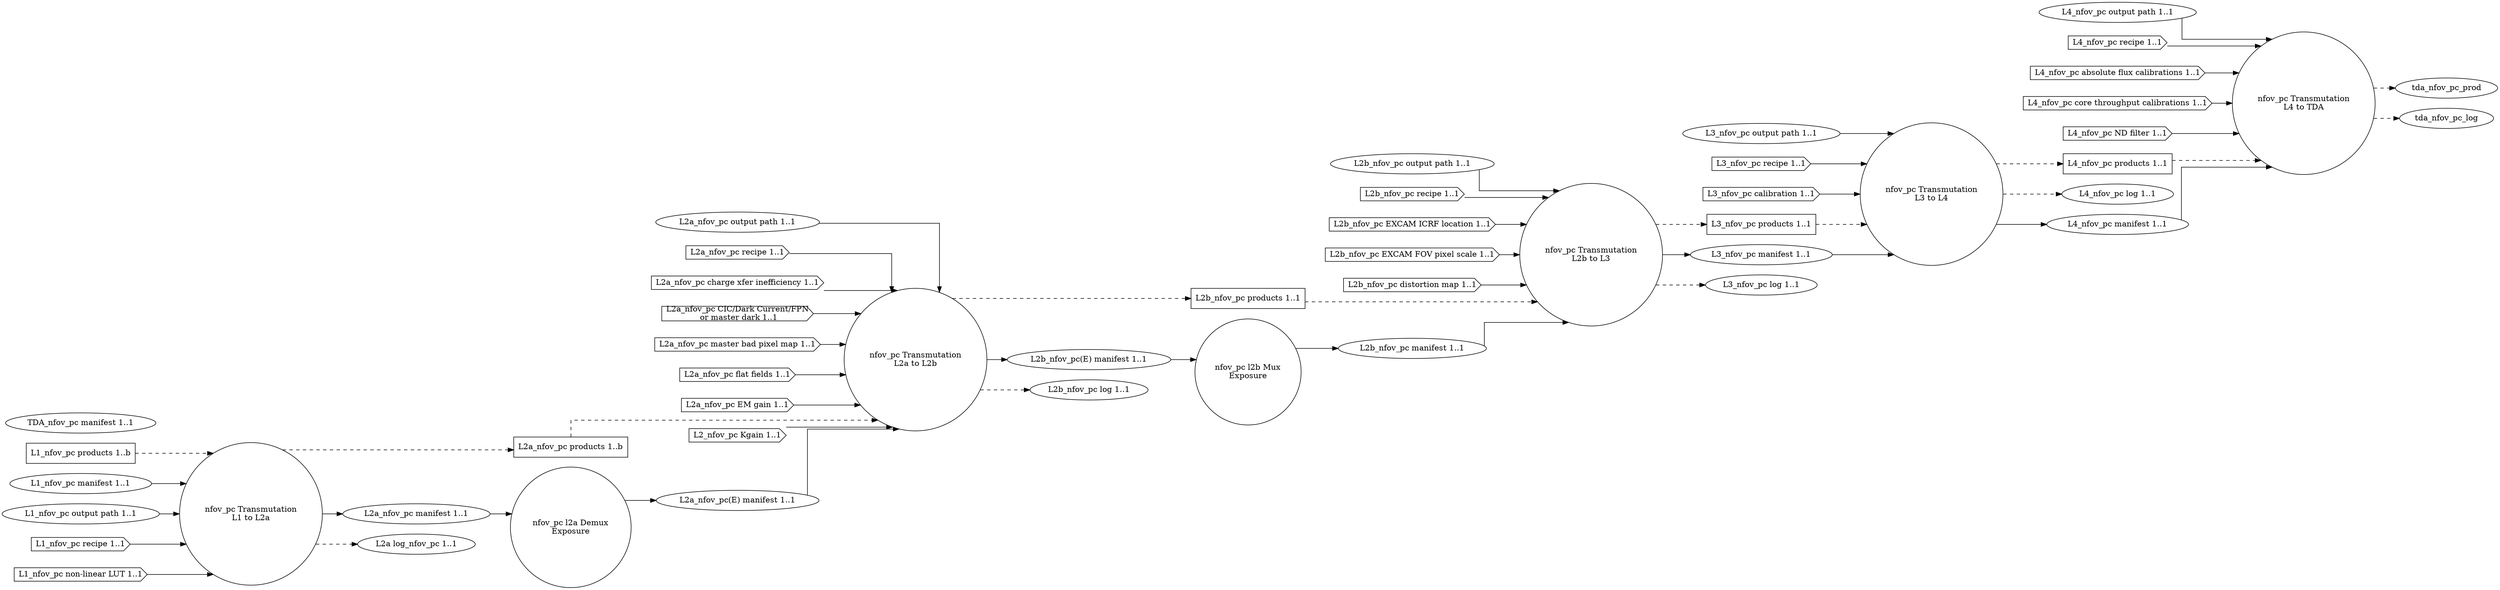
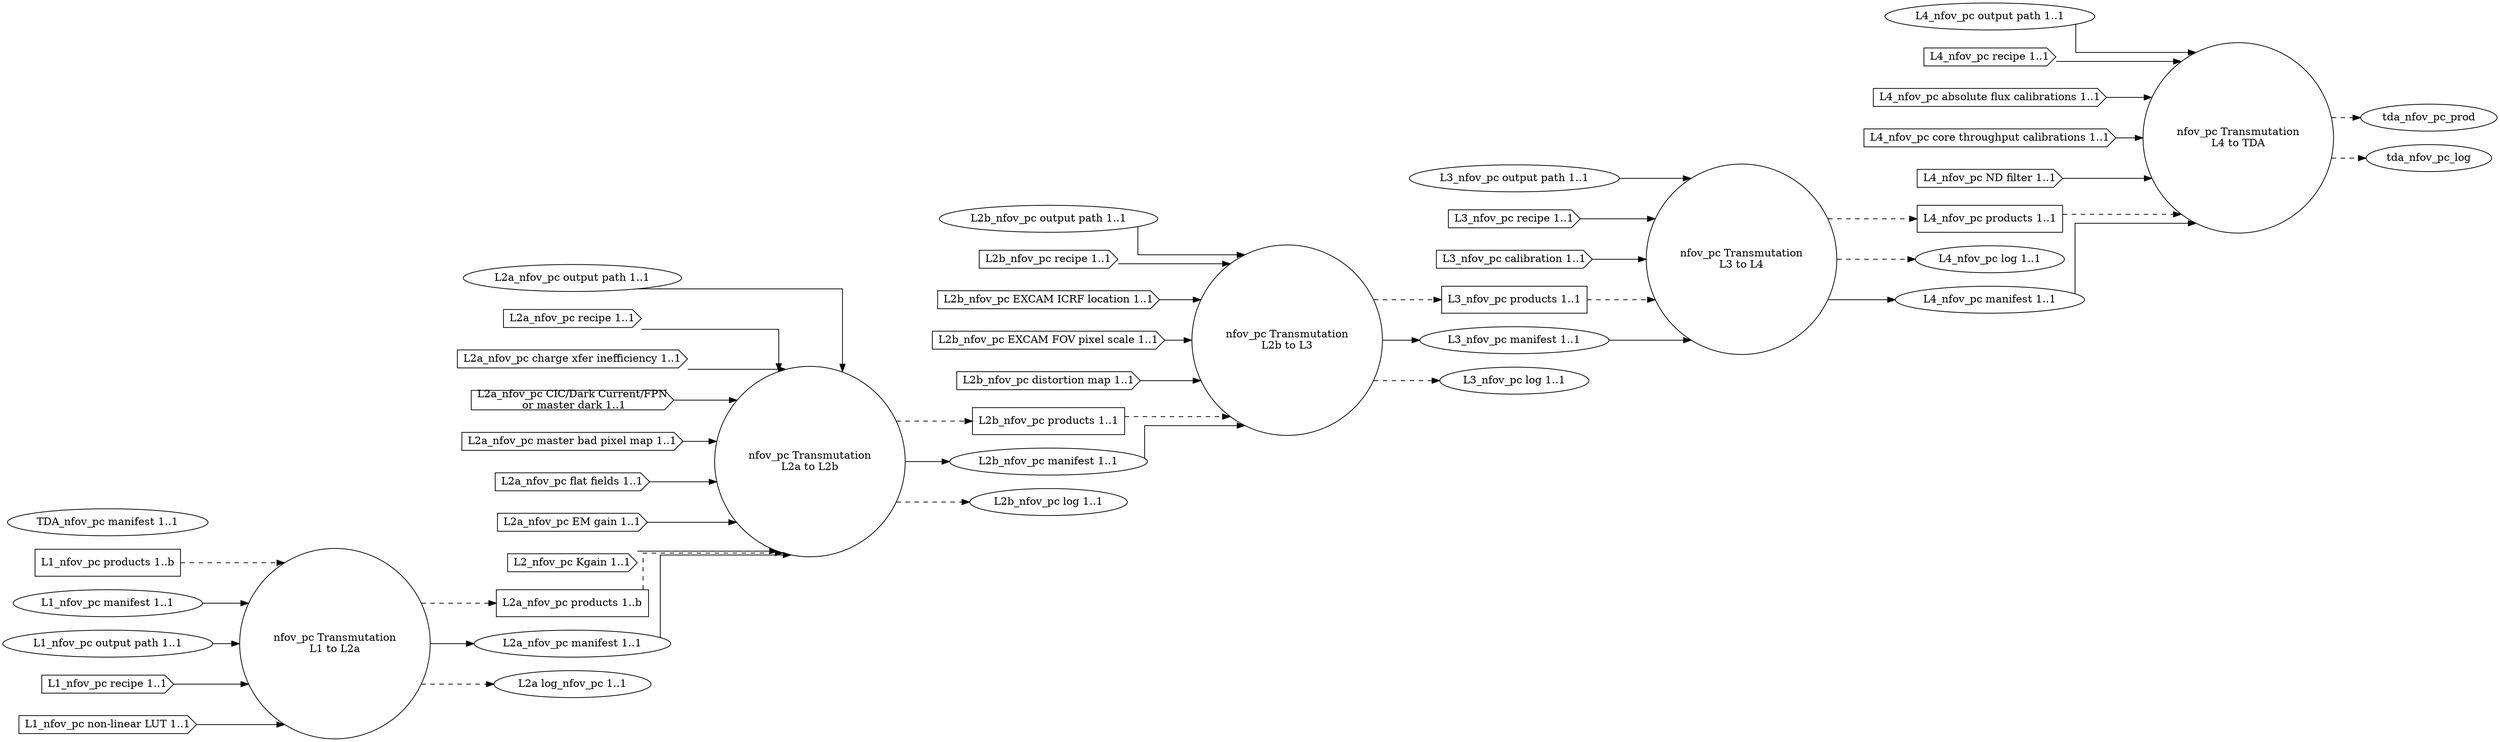
digraph NarrowFieldOfViewPhotonCount {
graph [splines="ortho", rankdir=LR];
trans_nfov_pc_l1_l2a [label="nfov_pc Transmutation\nL1 to L2a", shape="circle", runname="l1.transmutation_nfov_pc", runtype="dawgie.Algorithm", fsmtype="dip.base.Runner"];
- l2a_nfov_pc_demux [label="nfov_pc l2a Demux\nExposure", shape="circle", runname="l2a.demux_nfov_pc", runtype="dawgie.Algorithm", fsmtype="dip.clerk.impls.demux.FSM"];
trans_nfov_pc_l2a_l2b [label="nfov_pc Transmutation\nL2a to L2b", shape="circle", runname="l2a.transmutation_nfov_pc", runtype="dawgie.Algorithm", fsmtype="dip.base.Runner"];
- l2b_nfov_pc_mux [label="nfov_pc l2b Mux\nExposure", shape="circle", runname="l2b.mux_nfov_pc", runtype="dawgie.Analyzer", fsmtype="dip.clerk.impls.mux.FSM"];
trans_nfov_pc_l2b_l3 [label="nfov_pc Transmutation\nL2b to L3", shape="circle", runname="l2b.transmutation_nfov_pc", runtype="dawgie.Algorithm", fsmtype="dip.base.Runner"];
trans_nfov_pc_l3_l4 [label="nfov_pc Transmutation\nL3 to L4", shape="circle", runname="l3.transmutation_nfov_pc", runtype="dawgie.Algorithm", fsmtype="dip.base.Runner"];
trans_nfov_pc_l4_tda [label="nfov_pc Transmutation\nL4 to TDA", shape="circle", runname="l4.transmutation_nfov_pc", runtype="dawgie.Algorithm", fsmtype="dip.base.Runner"];
l1_nfov_pc_prod [label="L1_nfov_pc products 1..b", shape="rectangle"];
l1_nfov_pc_man [label="L1_nfov_pc manifest 1..1", shape="ellipse"];
l1_nfov_pc_odir [label="L1_nfov_pc output path 1..1", shape="ellipse"];
l1_nfov_pc_rec [label="L1_nfov_pc recipe 1..1", shape="cds"];
l1_nfov_pc_nllut [label="L1_nfov_pc non-linear LUT 1..1", shape="cds"];
l2a_nfov_pc_prod [label="L2a_nfov_pc products 1..b", shape="rectangle"];
l2a_nfov_pc_man [label="L2a_nfov_pc manifest 1..1", shape="ellipse", valname="l1.transmutation_nfov_pc.product.manifest", valtype="dip.base.Manifest"];
l2a_nfov_pc_odir [label="L2a_nfov_pc output path 1..1", shape="ellipse"];
l2a_nfov_pc_rec [label="L2a_nfov_pc recipe 1..1", shape="cds"];
l2a_nfov_pc_cti [label="L2a_nfov_pc charge xfer inefficiency 1..1", shape="cds"];
l2a_nfov_pc_dnb [label="L2a_nfov_pc CIC/Dark Current/FPN\n or master dark 1..1", shape="cds"];
l2a_nfov_pc_mbpm [label="L2a_nfov_pc master bad pixel map 1..1", shape="cds"];
l2a_nfov_pc_ff [label="L2a_nfov_pc flat fields 1..1", shape="cds"];
l2a_nfov_pc_emg [label="L2a_nfov_pc EM gain 1..1", shape="cds"];
l2a_nfov_pc_kgain [label="L2_nfov_pc Kgain 1..1", shape="cds"];
l2a_nfov_pc_log [label="L2a log_nfov_pc 1..1", shape="ellipse"];
- l2a_nfov_pc_man_demux [label="L2a_nfov_pc(E) manifest 1..1", shape="ellipse", valname="l2a.demux_nfov_pc.product.manifest", valtype="dip.base.Manifest"];
l2b_nfov_pc_prod [label="L2b_nfov_pc products 1..1", shape="rectangle"];
- l2b_nfov_pc_man [label="L2b_nfov_pc manifest 1..1", shape="ellipse", valname="l2b.mux_nfov_pc.product.manifest", valtype="dip.base.Manifest"];
+ l2b_nfov_pc_man [label="L2b_nfov_pc manifest 1..1", shape="ellipse", valname="l2b.transmutation_nfov_pc.product.manifest", valtype="dip.base.Manifest"];
l2b_nfov_pc_odir [label="L2b_nfov_pc output path 1..1", shape="ellipse"];
l2b_nfov_pc_rec [label="L2b_nfov_pc recipe 1..1", shape="cds"];
l2b_nfov_pc_excicrf [label="L2b_nfov_pc EXCAM ICRF location 1..1", shape="cds"];
l2b_nfov_pc_excfovps [label="L2b_nfov_pc EXCAM FOV pixel scale 1..1", shape="cds"];
l2b_nfov_pc_distm [label="L2b_nfov_pc distortion map 1..1", shape="cds"];
- l2b_nfov_pc_man_demux [label="L2b_nfov_pc(E) manifest 1..1", shape="ellipse", valname="l2a.transmutation_nfov_pc.product.manifest", valtype="dip.base.Manifest"];
l2b_nfov_pc_log [label="L2b_nfov_pc log 1..1", shape="ellipse"];
l3_nfov_pc_prod [label="L3_nfov_pc products 1..1", shape="rectangle"];
l3_nfov_pc_odir [label="L3_nfov_pc output path 1..1", shape="ellipse"];
l3_nfov_pc_man [label="L3_nfov_pc manifest 1..1", shape="ellipse", valname="l2b.transmutation_nfov_pc.product.manifest", valtype="dip.base.Manifest"];
l3_nfov_pc_rec [label="L3_nfov_pc recipe 1..1", shape="cds"];
l3_nfov_pc_cal [label="L3_nfov_pc calibration 1..1", shape="cds"];
l3_nfov_pc_log [label="L3_nfov_pc log 1..1", shape="ellipse"];
l4_nfov_pc_prod [label="L4_nfov_pc products 1..1", shape="rectangle"];
l4_nfov_pc_odir [label="L4_nfov_pc output path 1..1", shape="ellipse"];
l4_nfov_pc_log [label="L4_nfov_pc log 1..1", shape="ellipse"];
l4_nfov_pc_man [label="L4_nfov_pc manifest 1..1", shape="ellipse", valname="l3.transmutation_nfov_pc.product.manifest", valtype="dip.base.Manifest"];
l4_nfov_pc_rec [label="L4_nfov_pc recipe 1..1", shape="cds"];
l4_nfov_pc_afcal [label="L4_nfov_pc absolute flux calibrations 1..1", shape="cds"];
l4_nfov_pc_ctcal [label="L4_nfov_pc core throughput calibrations 1..1", shape="cds"];
l4_nfov_pc_ndfilt [label="L4_nfov_pc ND filter 1..1", shape="cds"];
tda_nfov_pc_man [label="TDA_nfov_pc manifest 1..1", shape="ellipse", valname="l4.transmutation_nfov_pc.product.manifest", valtype="dip.base.Manifest"];
l1_nfov_pc_prod -> trans_nfov_pc_l1_l2a [style="dashed"];
l1_nfov_pc_man -> trans_nfov_pc_l1_l2a;
l1_nfov_pc_odir -> trans_nfov_pc_l1_l2a;
l1_nfov_pc_rec -> trans_nfov_pc_l1_l2a;
l1_nfov_pc_nllut -> trans_nfov_pc_l1_l2a;
trans_nfov_pc_l1_l2a -> l2a_nfov_pc_prod [style="dashed"];
trans_nfov_pc_l1_l2a -> l2a_nfov_pc_man;
trans_nfov_pc_l1_l2a -> l2a_nfov_pc_log [style="dashed"];
l2a_nfov_pc_prod -> trans_nfov_pc_l2a_l2b [style="dashed"];
l2a_nfov_pc_kgain -> trans_nfov_pc_l2a_l2b;
l2a_nfov_pc_odir -> trans_nfov_pc_l2a_l2b;
l2a_nfov_pc_rec -> trans_nfov_pc_l2a_l2b;
l2a_nfov_pc_cti -> trans_nfov_pc_l2a_l2b;
l2a_nfov_pc_dnb -> trans_nfov_pc_l2a_l2b;
l2a_nfov_pc_mbpm -> trans_nfov_pc_l2a_l2b;
l2a_nfov_pc_ff -> trans_nfov_pc_l2a_l2b;
l2a_nfov_pc_emg -> trans_nfov_pc_l2a_l2b;
trans_nfov_pc_l2a_l2b -> l2b_nfov_pc_prod [style="dashed"];
- trans_nfov_pc_l2a_l2b -> l2b_nfov_pc_man_demux;
+ trans_nfov_pc_l2a_l2b -> l2b_nfov_pc_man;
trans_nfov_pc_l2a_l2b -> l2b_nfov_pc_log [style="dashed"];
- l2a_nfov_pc_man -> l2a_nfov_pc_demux;
- l2a_nfov_pc_demux -> l2a_nfov_pc_man_demux;
- l2a_nfov_pc_man_demux -> trans_nfov_pc_l2a_l2b;
- l2b_nfov_pc_man_demux -> l2b_nfov_pc_mux;
- l2b_nfov_pc_mux -> l2b_nfov_pc_man;
+ l2a_nfov_pc_man -> trans_nfov_pc_l2a_l2b;
l2b_nfov_pc_prod -> trans_nfov_pc_l2b_l3 [style="dashed"];
l2b_nfov_pc_man -> trans_nfov_pc_l2b_l3;
l2b_nfov_pc_odir -> trans_nfov_pc_l2b_l3;
l2b_nfov_pc_rec -> trans_nfov_pc_l2b_l3;
l2b_nfov_pc_excicrf -> trans_nfov_pc_l2b_l3;
l2b_nfov_pc_excfovps -> trans_nfov_pc_l2b_l3;
l2b_nfov_pc_distm -> trans_nfov_pc_l2b_l3;
trans_nfov_pc_l2b_l3 -> l3_nfov_pc_prod [style="dashed"];
trans_nfov_pc_l2b_l3 -> l3_nfov_pc_man;
trans_nfov_pc_l2b_l3 -> l3_nfov_pc_log [style="dashed"];
l3_nfov_pc_prod -> trans_nfov_pc_l3_l4 [style="dashed"];
l3_nfov_pc_man -> trans_nfov_pc_l3_l4;
l3_nfov_pc_odir -> trans_nfov_pc_l3_l4;
l3_nfov_pc_rec -> trans_nfov_pc_l3_l4;
l3_nfov_pc_cal -> trans_nfov_pc_l3_l4;
trans_nfov_pc_l3_l4 -> l4_nfov_pc_prod [style="dashed"];
trans_nfov_pc_l3_l4 -> l4_nfov_pc_log [style="dashed"];
trans_nfov_pc_l3_l4 -> l4_nfov_pc_man;
l4_nfov_pc_prod -> trans_nfov_pc_l4_tda [style="dashed"];
l4_nfov_pc_man -> trans_nfov_pc_l4_tda;
l4_nfov_pc_odir -> trans_nfov_pc_l4_tda;
l4_nfov_pc_rec -> trans_nfov_pc_l4_tda;
l4_nfov_pc_afcal -> trans_nfov_pc_l4_tda;
l4_nfov_pc_ctcal -> trans_nfov_pc_l4_tda;
l4_nfov_pc_ndfilt -> trans_nfov_pc_l4_tda;
trans_nfov_pc_l4_tda -> tda_nfov_pc_prod [style="dashed"];
trans_nfov_pc_l4_tda -> tda_nfov_pc_log [style="dashed"];
}
